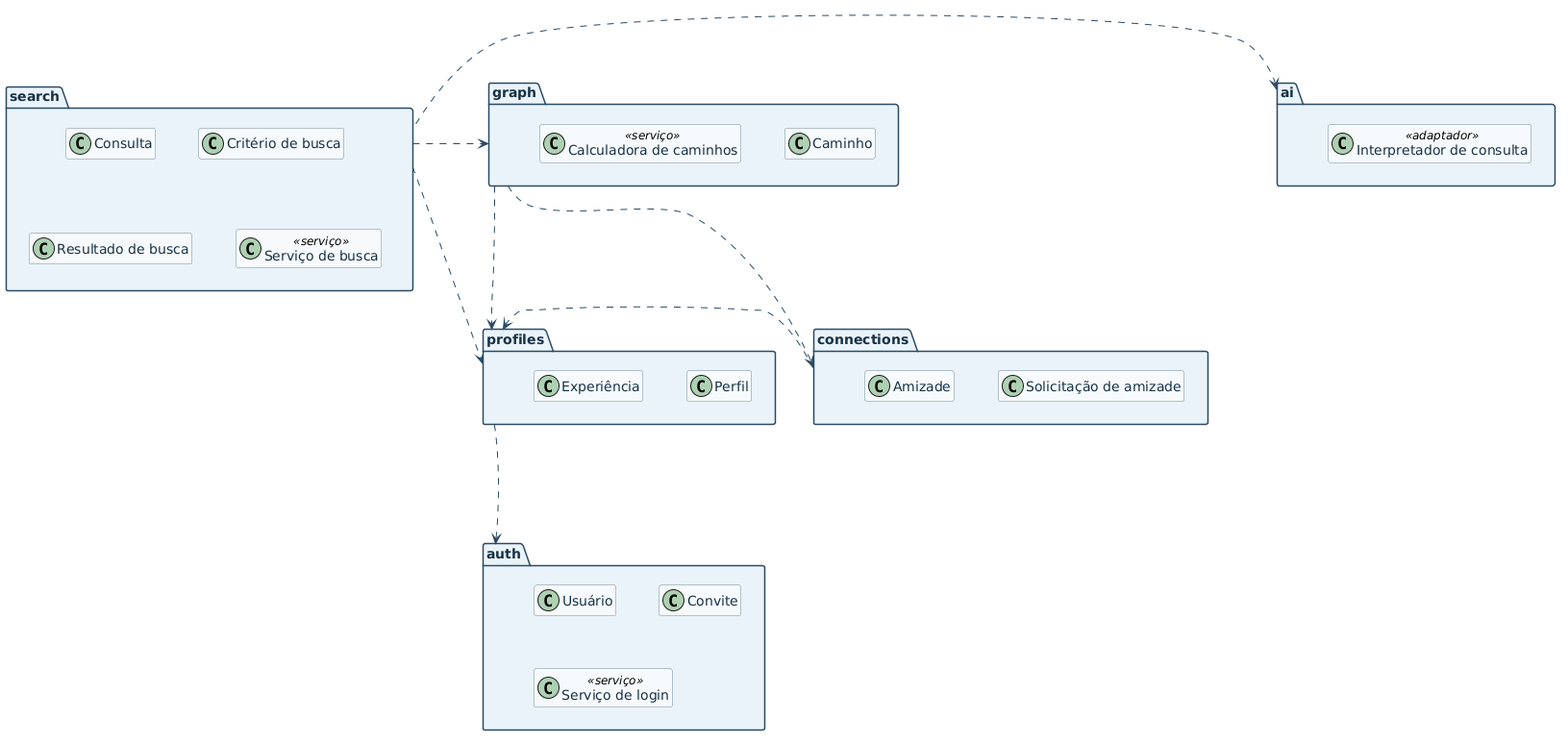
Above: docs/03-pacotes-grafonet.png in Daniel-Vinicius/grafo_net_api (PlantUML), before the change.
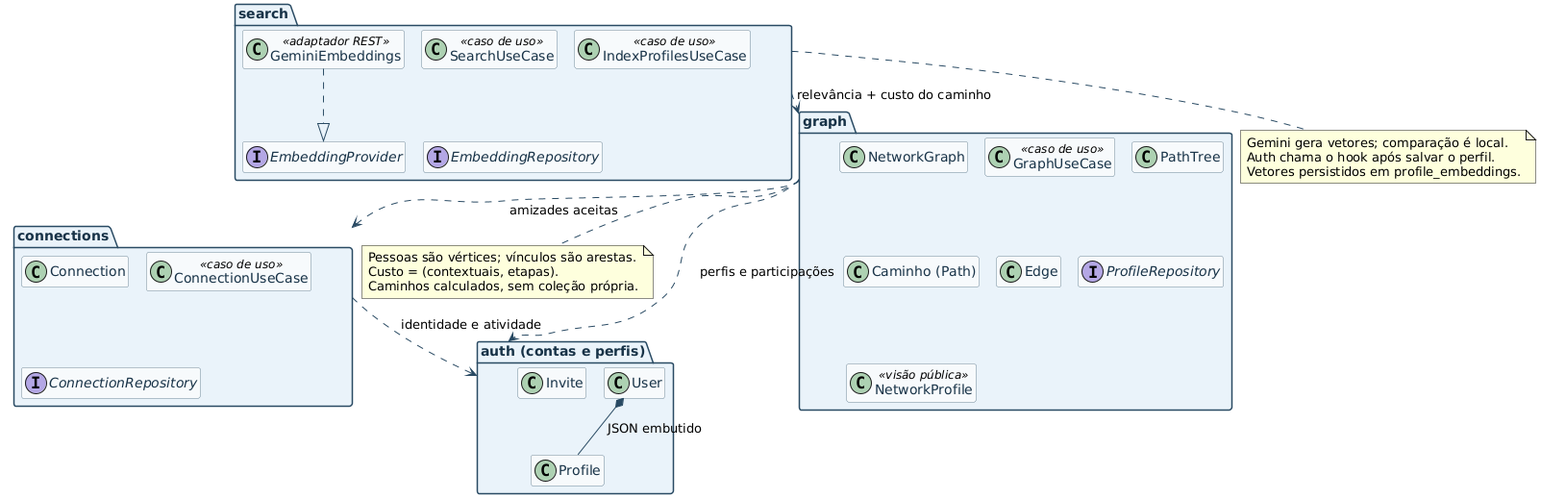
The same diagram one commit later.

The edit, as a diff of the source:
```diff
@@ -1,4 +1,5 @@
 @startuml
+!pragma layout smetana
 
 top to bottom direction
 
@@ -24,57 +25,52 @@
 allowmixing
 
 package "search" as Busca {
-  class Consulta
-  class "Critério de busca"
-  class "Resultado de busca"
-  class "Serviço de busca" <<serviço>>
-}
-
-package "ai" as IA {
-  class "Interpretador de consulta" <<adaptador>>
+  class SearchUseCase <<caso de uso>>
+  class IndexProfilesUseCase <<caso de uso>>
+  interface EmbeddingProvider
+  class GeminiEmbeddings <<adaptador REST>>
+  interface EmbeddingRepository
 }
 
 package "graph" as Grafo {
-  class Caminho
-  class "Calculadora de caminhos" <<serviço>>
+  class NetworkGraph
+  class GraphUseCase <<caso de uso>>
+  class PathTree
+  class "Caminho (Path)" as Caminho
+  class Edge
+  interface ProfileRepository
+  class NetworkProfile <<visão pública>>
 }
 
 package "connections" as Conexoes {
-  class "Solicitação de amizade"
-  class Amizade
+  class Connection
+  class ConnectionUseCase <<caso de uso>>
+  interface ConnectionRepository
 }
 
-package "profiles" as Perfis {
-  class Perfil
-  class Experiência
+package "auth (contas e perfis)" as Contas {
+  class User
+  class Profile
+  class Invite
 }
 
-package "auth" as Contas {
-  class Usuário
-  class Convite
-  class "Serviço de login" <<serviço>>
-}
+Busca ..> Grafo : relevância + custo do caminho
+Grafo ..> Conexoes : amizades aceitas
+Grafo ..> Contas : perfis e participações
+Conexoes ..> Contas : identidade e atividade
+GeminiEmbeddings ..|> EmbeddingProvider
+User *-- Profile : JSON embutido
 
-rectangle "espaço horizontal" as GapH1
-rectangle "espaço horizontal" as GapH2
-rectangle "espaço\nvertical\nvertical" as GapV1
-rectangle "espaço\nvertical\nvertical" as GapV2
+note bottom of Busca
+  Gemini gera vetores; comparação é local.
+  Auth chama o hook após salvar o perfil.
+  Vetores persistidos em profile_embeddings.
+end note
 
-Busca -[hidden]right-> GapH1
-GapH1 -[hidden]right-> Grafo
-Grafo -[hidden]right-> GapH2
-GapH2 -[hidden]right-> IA
-Grafo -[hidden]down-> GapV1
-GapV1 -[hidden]down-> Perfis
-Perfis -[hidden]down-> GapV2
-GapV2 -[hidden]down-> Contas
-
-Busca .left.> IA
-Busca .right.> Grafo
-Busca .down.> Perfis
-Grafo .down.> Conexoes
-Grafo .down.> Perfis
-Conexoes .left.> Perfis
-Perfis .down.> Contas
+note bottom of Grafo
+  Pessoas são vértices; vínculos são arestas.
+  Custo = (contextuais, etapas).
+  Caminhos calculados, sem coleção própria.
+end note
 
 @enduml
```
